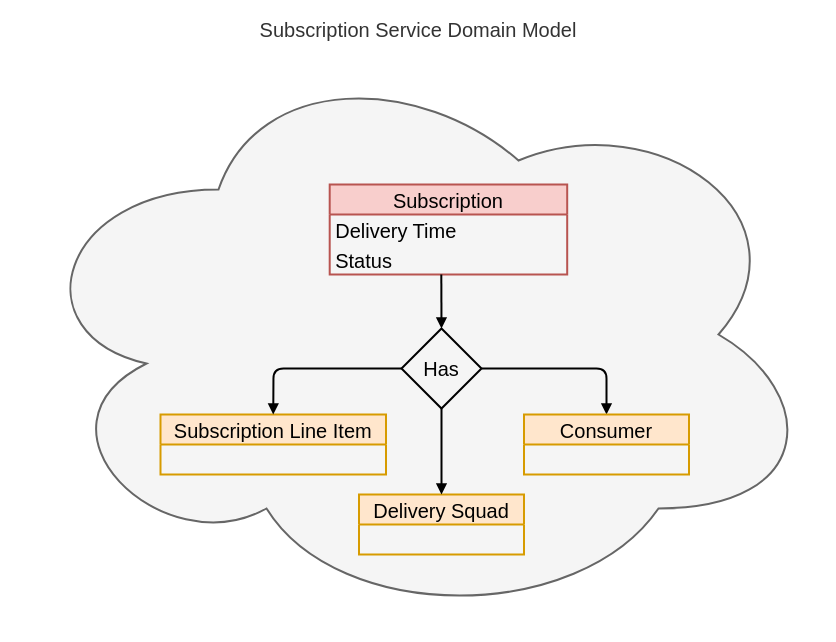
This is docs/diagram/subscription_service_domain_model.drawio from dudhwalas/dudhwala, a draw.io file, before an edit. Source tidied: cells renumbered, new cells numbered last; positions are measured from the earlier drawing's top-left corner, leaving out a move shared by most shapes. Both pictures are drawn from the tidied source at 100%, with x=0, y=0 at pixel (18, 44).
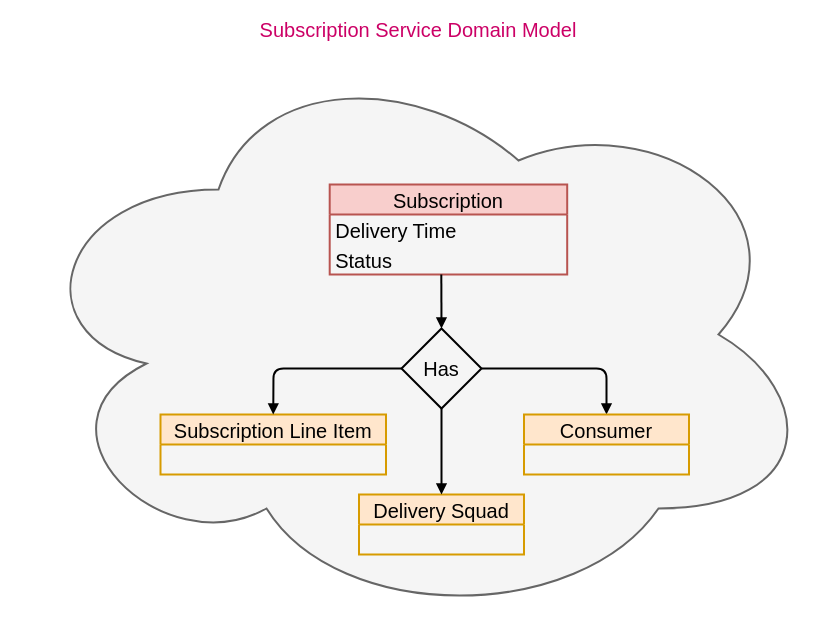
Above is the later version.

Diff of the diagram source:
```diff
@@
 <mxGraphModel>
   <root>
     <mxCell id="0" />
     <mxCell id="1" parent="0" />
-    <mxCell id="2" value="Subscription Service Domain Model" style="ellipse;shape=cloud;whiteSpace=wrap;html=1;fillColor=#f5f5f5;fontColor=#333333;strokeColor=#666666;strokeWidth=2;labelPosition=center;verticalLabelPosition=top;align=center;verticalAlign=bottom;fontSize=20;" parent="1" vertex="1">
+    <mxCell id="2" value="Subscription Service Domain Model" style="ellipse;shape=cloud;whiteSpace=wrap;html=1;fillColor=#f5f5f5;fontColor=#CC0066;strokeColor=#666666;strokeWidth=2;labelPosition=center;verticalLabelPosition=top;align=center;verticalAlign=bottom;fontSize=20;" parent="1" vertex="1">
       <mxGeometry width="800" height="580" as="geometry" />
     </mxCell>
     <mxCell id="3" value="Subscription" style="swimlane;fontStyle=0;horizontal=1;startSize=30;fillColor=#f8cecc;strokeColor=#b85450;fontSize=20;strokeWidth=2;" parent="1" vertex="1">
       <mxGeometry x="311.2" y="140" width="237.5" height="90" as="geometry" />
     </mxCell>
     <mxCell id="4" value="Delivery Time" style="text;strokeColor=none;fillColor=none;align=left;verticalAlign=middle;spacingLeft=4;spacingRight=4;overflow=hidden;fontSize=20;strokeWidth=2;" parent="3" vertex="1">
       <mxGeometry y="30" width="237.5" height="30" as="geometry" />
     </mxCell>
     <mxCell id="5" value="Status" style="text;strokeColor=none;fillColor=none;align=left;verticalAlign=middle;spacingLeft=4;spacingRight=4;overflow=hidden;points=[[0,0.5],[1,0.5]];portConstraint=eastwest;fontSize=20;strokeWidth=2;" parent="3" vertex="1">
       <mxGeometry y="60" width="237.5" height="30" as="geometry" />
     </mxCell>
     <mxCell id="6" value="Subscription Line Item" style="swimlane;fontStyle=0;horizontal=1;startSize=30;fillColor=#ffe6cc;strokeColor=#d79b00;fontSize=20;strokeWidth=2;" parent="1" vertex="1">
       <mxGeometry x="142" y="370" width="225.5" height="60" as="geometry" />
     </mxCell>
     <mxCell id="7" style="edgeStyle=none;html=1;exitX=1;exitY=0.5;exitDx=0;exitDy=0;entryX=0.5;entryY=0;entryDx=0;entryDy=0;endArrow=block;endFill=1;strokeWidth=2;" parent="1" edge="1" source="8" target="11">
       <mxGeometry relative="1" as="geometry">
         <Array as="points">
           <mxPoint x="588" y="324" />
         </Array>
       </mxGeometry>
     </mxCell>
     <mxCell id="8" value="Has" style="rhombus;whiteSpace=wrap;html=1;fontSize=20;fillColor=none;strokeWidth=2;" parent="1" vertex="1">
       <mxGeometry x="383" y="284" width="80" height="80" as="geometry" />
     </mxCell>
     <mxCell id="9" style="edgeStyle=none;html=1;exitX=0.47;exitY=1;exitDx=0;exitDy=0;entryX=0.5;entryY=0;entryDx=0;entryDy=0;fontSize=20;exitPerimeter=0;endArrow=block;endFill=1;strokeWidth=2;" parent="1" edge="1" source="5" target="8">
       <mxGeometry relative="1" as="geometry" />
     </mxCell>
     <mxCell id="10" style="edgeStyle=none;html=1;entryX=0.5;entryY=0;entryDx=0;entryDy=0;fontSize=20;endArrow=block;endFill=1;strokeWidth=2;exitX=0;exitY=0.5;exitDx=0;exitDy=0;" parent="1" edge="1" source="8" target="6">
       <mxGeometry relative="1" as="geometry">
         <Array as="points">
           <mxPoint x="255" y="324" />
         </Array>
       </mxGeometry>
     </mxCell>
     <mxCell id="11" value="Consumer" style="swimlane;fontStyle=0;horizontal=1;startSize=30;fillColor=#ffe6cc;strokeColor=#d79b00;fontSize=20;strokeWidth=2;" parent="1" vertex="1">
       <mxGeometry x="505.5" y="370" width="165" height="60" as="geometry" />
     </mxCell>
     <mxCell id="12" value="Delivery Squad" style="swimlane;fontStyle=0;horizontal=1;startSize=30;fillColor=#ffe6cc;strokeColor=#d79b00;fontSize=20;strokeWidth=2;" parent="1" vertex="1">
       <mxGeometry x="340.5" y="450" width="165" height="60" as="geometry" />
     </mxCell>
     <mxCell id="13" style="edgeStyle=none;html=1;exitX=0.5;exitY=1;exitDx=0;exitDy=0;entryX=0.5;entryY=0;entryDx=0;entryDy=0;endArrow=block;endFill=1;strokeWidth=2;" parent="1" edge="1" source="8" target="12">
       <mxGeometry relative="1" as="geometry" />
     </mxCell>
   </root>
 </mxGraphModel>
```
